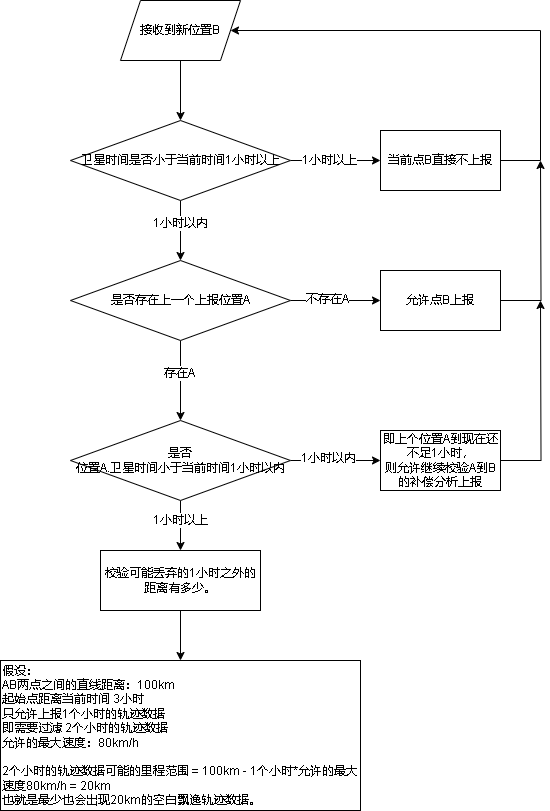
Earlier version of the draw.io export 809轨迹时间异常.drawio.png (xktder/draw). Source tidied: cells renumbered, new cells last; positions are measured from the earlier drawing's top-left corner, leaving out a move shared by most shapes.
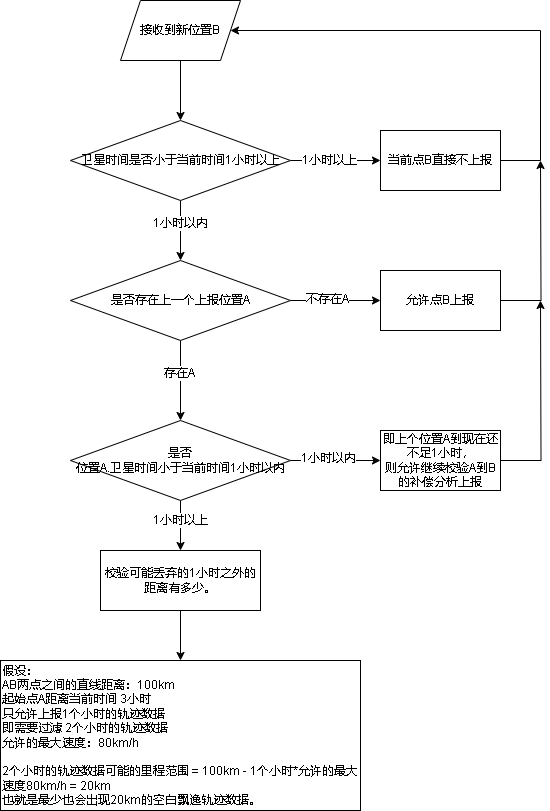
After the change.

Commit message:
更新809轨迹时间异常.drawio.png

Diff of the diagram source:
```diff
@@ -86,7 +86,7 @@
     <mxCell id="26" value="校验可能丢弃的1小时之外的距离有多少。" style="rounded=0;whiteSpace=wrap;html=1;" parent="1" vertex="1">
       <mxGeometry x="100" y="550" width="160" height="60" as="geometry" />
     </mxCell>
-    <mxCell id="27" value="&lt;div&gt;假设：&lt;/div&gt;&lt;div&gt;AB两点之间的直线距离：100km&lt;span style=&quot;&quot;&gt;&lt;/span&gt;&lt;/div&gt;&lt;div&gt;&lt;span style=&quot;&quot;&gt;起始点距离当前时间 3小时&lt;/span&gt;&lt;/div&gt;&lt;div&gt;&lt;span style=&quot;&quot;&gt;只允许上报1个小时的轨迹数据&lt;/span&gt;&lt;/div&gt;&lt;div&gt;&lt;span style=&quot;&quot;&gt;即需要过滤 2个小时的轨迹数据&lt;/span&gt;&lt;/div&gt;&lt;div&gt;&lt;span style=&quot;&quot;&gt;允许的最大速度：80km/h&lt;/span&gt;&lt;/div&gt;&lt;div&gt;&lt;span style=&quot;&quot;&gt;&lt;span style=&quot;white-space: pre;&quot;&gt;&amp;nbsp;&amp;nbsp;&amp;nbsp;&amp;nbsp;&lt;/span&gt;&lt;span style=&quot;white-space: pre;&quot;&gt;&amp;nbsp;&amp;nbsp;&amp;nbsp;&amp;nbsp;&lt;/span&gt;&lt;span style=&quot;white-space: pre;&quot;&gt;&amp;nbsp;&amp;nbsp;&amp;nbsp;&amp;nbsp;&lt;/span&gt;&lt;span style=&quot;white-space: pre;&quot;&gt;&amp;nbsp;&amp;nbsp;&amp;nbsp;&amp;nbsp;&lt;/span&gt;&lt;span style=&quot;white-space: pre;&quot;&gt;&amp;nbsp;&amp;nbsp;&amp;nbsp;&amp;nbsp;&lt;/span&gt;&lt;span style=&quot;white-space: pre;&quot;&gt;&amp;nbsp;&amp;nbsp;&amp;nbsp;&amp;nbsp;&lt;/span&gt;&lt;span style=&quot;white-space: pre;&quot;&gt;&amp;nbsp;&amp;nbsp;&amp;nbsp;&amp;nbsp;&lt;/span&gt;&lt;span style=&quot;white-space: pre;&quot;&gt;&amp;nbsp;&amp;nbsp;&amp;nbsp;&amp;nbsp;&lt;/span&gt;&lt;span style=&quot;white-space: pre;&quot;&gt;&amp;nbsp;&amp;nbsp;&amp;nbsp;&amp;nbsp;&lt;/span&gt;&lt;span style=&quot;white-space: pre;&quot;&gt;&amp;nbsp;&amp;nbsp;&amp;nbsp;&amp;nbsp;&lt;/span&gt;&lt;span style=&quot;white-space: pre;&quot;&gt;&amp;nbsp;&amp;nbsp;&amp;nbsp;&amp;nbsp;&lt;/span&gt;&lt;span style=&quot;white-space: pre;&quot;&gt;&amp;nbsp;&amp;nbsp;&amp;nbsp;&amp;nbsp;&lt;/span&gt;&lt;span style=&quot;white-space: pre;&quot;&gt;&amp;nbsp;&amp;nbsp;&amp;nbsp;&amp;nbsp;&lt;/span&gt;&lt;span style=&quot;white-space: pre;&quot;&gt;&amp;nbsp;&amp;nbsp;&amp;nbsp;&amp;nbsp;&lt;/span&gt;&lt;span style=&quot;white-space: pre;&quot;&gt;&amp;nbsp;&amp;nbsp;&amp;nbsp;&amp;nbsp;&lt;/span&gt;&lt;span style=&quot;white-space: pre;&quot;&gt;&amp;nbsp;&amp;nbsp;&amp;nbsp;&amp;nbsp;&lt;/span&gt;&lt;span style=&quot;white-space: pre;&quot;&gt;&amp;nbsp;&amp;nbsp;&amp;nbsp;&amp;nbsp;&lt;/span&gt;&lt;span style=&quot;white-space: pre;&quot;&gt;&amp;nbsp;&amp;nbsp;&amp;nbsp;&amp;nbsp;&lt;/span&gt;&lt;/span&gt;&lt;/div&gt;&lt;div&gt;&lt;span style=&quot;&quot;&gt;2个小时的轨迹数据可能的里程范围 = 100km - 1个小时*允许的最大速度80km/h = 20km&lt;/span&gt;&lt;/div&gt;&lt;div&gt;&lt;span style=&quot;&quot;&gt;也就是最少也会出现20km的空白飘逸轨迹数据。&lt;/span&gt;&lt;/div&gt;" style="rounded=0;whiteSpace=wrap;html=1;align=left;" parent="1" vertex="1">
+    <mxCell id="27" value="&lt;div&gt;假设：&lt;/div&gt;&lt;div&gt;AB两点之间的直线距离：100km&lt;span style=&quot;&quot;&gt;&lt;/span&gt;&lt;/div&gt;&lt;div&gt;&lt;span style=&quot;&quot;&gt;起始点A距离当前时间 3小时&lt;/span&gt;&lt;/div&gt;&lt;div&gt;&lt;span style=&quot;&quot;&gt;只允许上报1个小时的轨迹数据&lt;/span&gt;&lt;/div&gt;&lt;div&gt;&lt;span style=&quot;&quot;&gt;即需要过滤 2个小时的轨迹数据&lt;/span&gt;&lt;/div&gt;&lt;div&gt;&lt;span style=&quot;&quot;&gt;允许的最大速度：80km/h&lt;/span&gt;&lt;/div&gt;&lt;div&gt;&lt;span style=&quot;&quot;&gt;&lt;span style=&quot;white-space: pre;&quot;&gt;&amp;nbsp;&amp;nbsp;&amp;nbsp;&amp;nbsp;&lt;/span&gt;&lt;span style=&quot;white-space: pre;&quot;&gt;&amp;nbsp;&amp;nbsp;&amp;nbsp;&amp;nbsp;&lt;/span&gt;&lt;span style=&quot;white-space: pre;&quot;&gt;&amp;nbsp;&amp;nbsp;&amp;nbsp;&amp;nbsp;&lt;/span&gt;&lt;span style=&quot;white-space: pre;&quot;&gt;&amp;nbsp;&amp;nbsp;&amp;nbsp;&amp;nbsp;&lt;/span&gt;&lt;span style=&quot;white-space: pre;&quot;&gt;&amp;nbsp;&amp;nbsp;&amp;nbsp;&amp;nbsp;&lt;/span&gt;&lt;span style=&quot;white-space: pre;&quot;&gt;&amp;nbsp;&amp;nbsp;&amp;nbsp;&amp;nbsp;&lt;/span&gt;&lt;span style=&quot;white-space: pre;&quot;&gt;&amp;nbsp;&amp;nbsp;&amp;nbsp;&amp;nbsp;&lt;/span&gt;&lt;span style=&quot;white-space: pre;&quot;&gt;&amp;nbsp;&amp;nbsp;&amp;nbsp;&amp;nbsp;&lt;/span&gt;&lt;span style=&quot;white-space: pre;&quot;&gt;&amp;nbsp;&amp;nbsp;&amp;nbsp;&amp;nbsp;&lt;/span&gt;&lt;span style=&quot;white-space: pre;&quot;&gt;&amp;nbsp;&amp;nbsp;&amp;nbsp;&amp;nbsp;&lt;/span&gt;&lt;span style=&quot;white-space: pre;&quot;&gt;&amp;nbsp;&amp;nbsp;&amp;nbsp;&amp;nbsp;&lt;/span&gt;&lt;span style=&quot;white-space: pre;&quot;&gt;&amp;nbsp;&amp;nbsp;&amp;nbsp;&amp;nbsp;&lt;/span&gt;&lt;span style=&quot;white-space: pre;&quot;&gt;&amp;nbsp;&amp;nbsp;&amp;nbsp;&amp;nbsp;&lt;/span&gt;&lt;span style=&quot;white-space: pre;&quot;&gt;&amp;nbsp;&amp;nbsp;&amp;nbsp;&amp;nbsp;&lt;/span&gt;&lt;span style=&quot;white-space: pre;&quot;&gt;&amp;nbsp;&amp;nbsp;&amp;nbsp;&amp;nbsp;&lt;/span&gt;&lt;span style=&quot;white-space: pre;&quot;&gt;&amp;nbsp;&amp;nbsp;&amp;nbsp;&amp;nbsp;&lt;/span&gt;&lt;span style=&quot;white-space: pre;&quot;&gt;&amp;nbsp;&amp;nbsp;&amp;nbsp;&amp;nbsp;&lt;/span&gt;&lt;span style=&quot;white-space: pre;&quot;&gt;&amp;nbsp;&amp;nbsp;&amp;nbsp;&amp;nbsp;&lt;/span&gt;&lt;/span&gt;&lt;/div&gt;&lt;div&gt;&lt;span style=&quot;&quot;&gt;2个小时的轨迹数据可能的里程范围 = 100km - 1个小时*允许的最大速度80km/h = 20km&lt;/span&gt;&lt;/div&gt;&lt;div&gt;&lt;span style=&quot;&quot;&gt;也就是最少也会出现20km的空白飘逸轨迹数据。&lt;/span&gt;&lt;/div&gt;" style="rounded=0;whiteSpace=wrap;html=1;align=left;" parent="1" vertex="1">
       <mxGeometry y="660" width="360" height="150" as="geometry" />
     </mxCell>
   </root>
```
